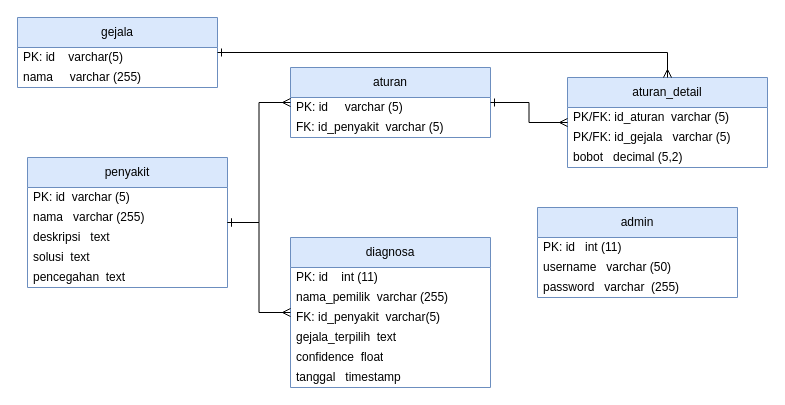
The draw.io diagram diagram/ERD/erd.drawio in Jinsky/Jinsky, before the edit. Source tidied: cells renumbered, new cells numbered last; positions are measured from the earlier drawing's top-left corner, leaving out a move shared by most shapes. Both pictures are drawn from the tidied source at 100%, with x=0, y=0 at pixel (17, 17).
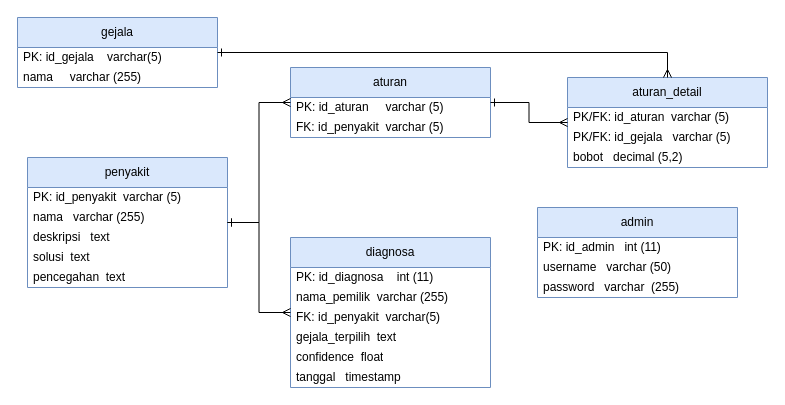
The same page after the edit.

Commit message (it also covers changes not shown here):
fix: update admin login to use id_admin and implement logout

- Updated admin/login.php to use id_admin for session assignment to match database schema.
- Added session-destroying logout logic in admin/login.php via GET parameter.
- Updated diagram/ERD/erd.drawio to synchronize primary key names with the schema.

Unchanged cells that the change refers to:
```xml
<mxCell id="2" value="gejala" style="swimlane;fontStyle=0;horizontal=1;startSize=30;whiteSpace=wrap;html=1;fillColor=#dae8fc;strokeColor=#6c8ebf;" parent="1" vertex="1">
  <mxGeometry width="200" height="70" as="geometry" />
</mxCell>
<mxCell id="5" value="penyakit" style="swimlane;fontStyle=0;horizontal=1;startSize=30;whiteSpace=wrap;html=1;fillColor=#dae8fc;strokeColor=#6c8ebf;" parent="1" vertex="1">
  <mxGeometry x="10" y="140" width="200" height="130" as="geometry" />
</mxCell>
<mxCell id="11" value="&lt;span&gt;aturan&lt;/span&gt;" style="swimlane;fontStyle=0;horizontal=1;startSize=30;whiteSpace=wrap;html=1;fillColor=#dae8fc;strokeColor=#6c8ebf;" parent="1" vertex="1">
  <mxGeometry x="273" y="50" width="200" height="70" as="geometry" />
</mxCell>
<mxCell id="18" value="diagnosa" style="swimlane;fontStyle=0;horizontal=1;startSize=30;whiteSpace=wrap;html=1;fillColor=#dae8fc;strokeColor=#6c8ebf;" parent="1" vertex="1">
  <mxGeometry x="273" y="220" width="200" height="150" as="geometry" />
</mxCell>
<mxCell id="25" value="admin" style="swimlane;fontStyle=0;horizontal=1;startSize=30;whiteSpace=wrap;html=1;fillColor=#dae8fc;strokeColor=#6c8ebf;" parent="1" vertex="1">
  <mxGeometry x="520" y="190" width="200" height="90" as="geometry" />
</mxCell>
```

The edit, as a diff of the source:
```diff
@@
-    <mxCell id="3" value="PK: id&amp;nbsp; &amp;nbsp; varchar(5)" style="text;strokeColor=none;fillColor=none;align=left;verticalAlign=middle;spacingLeft=4;spacingRight=4;overflow=hidden;whiteSpace=wrap;html=1;" parent="2" vertex="1">
+    <mxCell id="3" value="PK: id_gejala&amp;nbsp; &amp;nbsp; varchar(5)" style="text;strokeColor=none;fillColor=none;align=left;verticalAlign=middle;spacingLeft=4;spacingRight=4;overflow=hidden;whiteSpace=wrap;html=1;" parent="2" vertex="1">
       <mxGeometry y="30" width="200" height="20" as="geometry" />
     </mxCell>
@@
-    <mxCell id="6" value="PK: id&amp;nbsp; varchar (5)" style="text;strokeColor=none;fillColor=none;align=left;verticalAlign=middle;spacingLeft=4;spacingRight=4;overflow=hidden;whiteSpace=wrap;html=1;" parent="5" vertex="1">
+    <mxCell id="6" value="PK: id_penyakit&amp;nbsp; varchar (5)" style="text;strokeColor=none;fillColor=none;align=left;verticalAlign=middle;spacingLeft=4;spacingRight=4;overflow=hidden;whiteSpace=wrap;html=1;" parent="5" vertex="1">
       <mxGeometry y="30" width="200" height="20" as="geometry" />
     </mxCell>
@@
-    <mxCell id="12" value="PK: id&amp;nbsp; &amp;nbsp; &amp;nbsp;varchar (5)" style="text;strokeColor=none;fillColor=none;align=left;verticalAlign=middle;spacingLeft=4;spacingRight=4;overflow=hidden;whiteSpace=wrap;html=1;" parent="11" vertex="1">
+    <mxCell id="12" value="PK: id_aturan&amp;nbsp; &amp;nbsp; &amp;nbsp;varchar (5)" style="text;strokeColor=none;fillColor=none;align=left;verticalAlign=middle;spacingLeft=4;spacingRight=4;overflow=hidden;whiteSpace=wrap;html=1;" parent="11" vertex="1">
       <mxGeometry y="30" width="200" height="20" as="geometry" />
     </mxCell>
@@
-    <mxCell id="19" value="PK: id&amp;nbsp; &amp;nbsp; int (11)" style="text;strokeColor=none;fillColor=none;align=left;verticalAlign=middle;spacingLeft=4;spacingRight=4;overflow=hidden;whiteSpace=wrap;html=1;" parent="18" vertex="1">
+    <mxCell id="19" value="PK: id_diagnosa&amp;nbsp; &amp;nbsp; int (11)" style="text;strokeColor=none;fillColor=none;align=left;verticalAlign=middle;spacingLeft=4;spacingRight=4;overflow=hidden;whiteSpace=wrap;html=1;" parent="18" vertex="1">
       <mxGeometry y="30" width="200" height="20" as="geometry" />
     </mxCell>
@@
-    <mxCell id="26" value="PK: id&amp;nbsp; &amp;nbsp;int (11)" style="text;strokeColor=none;fillColor=none;align=left;verticalAlign=middle;spacingLeft=4;spacingRight=4;overflow=hidden;whiteSpace=wrap;html=1;" parent="25" vertex="1">
+    <mxCell id="26" value="PK: id_admin&amp;nbsp; &amp;nbsp;int (11)" style="text;strokeColor=none;fillColor=none;align=left;verticalAlign=middle;spacingLeft=4;spacingRight=4;overflow=hidden;whiteSpace=wrap;html=1;" parent="25" vertex="1">
       <mxGeometry y="30" width="200" height="20" as="geometry" />
     </mxCell>
```
